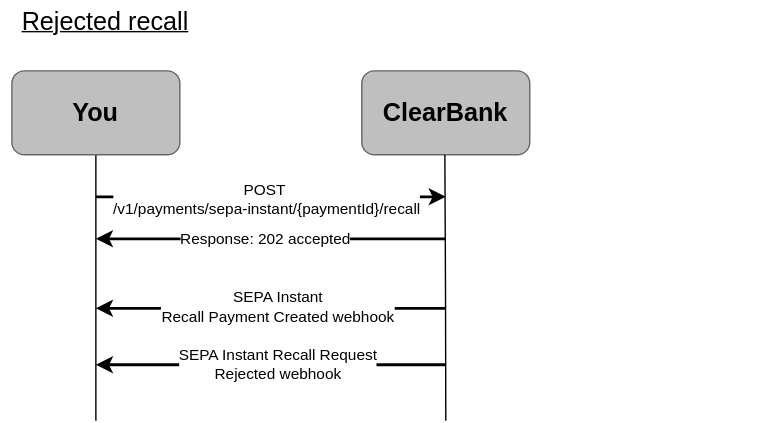
clearbank/clearbank.github.io keeps this draw.io diagram as static/assets/images/sepa-ict-rejected-recall.svg. Above is the earlier version. Source tidied: cells renumbered, new cells last; positions are measured from the earlier drawing's top-left corner, leaving out a move shared by most shapes.
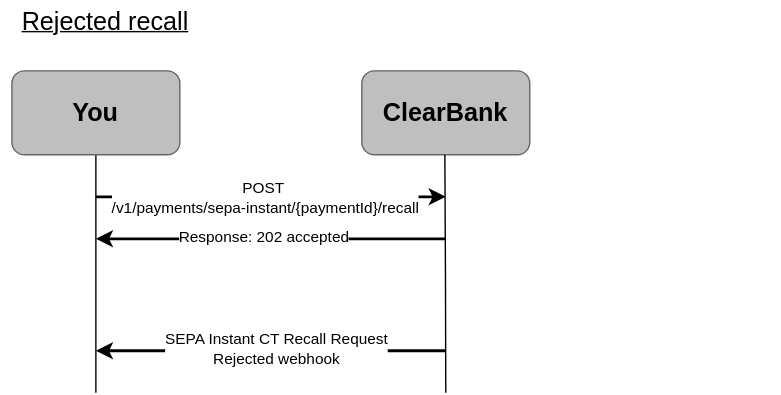
After the commit.

Commit message:
Update recall flow diagrams

The edit, as a diff of the source:
```diff
@@ -7,11 +7,11 @@
     </mxCell>
     <mxCell id="3" style="endArrow=classic;html=1;rounded=0;strokeWidth=2;fontFamily=Arial;" parent="1" edge="1">
       <mxGeometry relative="1" as="geometry">
-        <mxPoint x="318" y="260" as="sourcePoint" />
-        <mxPoint x="68" y="260" as="targetPoint" />
+        <mxPoint x="318" y="250" as="sourcePoint" />
+        <mxPoint x="68" y="250" as="targetPoint" />
       </mxGeometry>
     </mxCell>
-    <mxCell id="4" value="&lt;div&gt;SEPA Instant Recall Request&lt;/div&gt;&lt;div&gt;Rejected webhook&lt;/div&gt;" style="edgeLabel;html=1;align=center;verticalAlign=middle;fontFamily=Arial;" parent="3" vertex="1">
+    <mxCell id="4" value="&lt;div&gt;SEPA Instant CT Recall Request&lt;/div&gt;&lt;div&gt;Rejected webhook&lt;/div&gt;" style="edgeLabel;html=1;align=center;verticalAlign=middle;fontFamily=Arial;" parent="3" vertex="1">
       <mxGeometry x="0.09" y="-1" relative="1" as="geometry">
         <mxPoint x="15" as="offset" />
       </mxGeometry>
@@ -19,12 +19,12 @@
     <mxCell id="5" style="edgeStyle=orthogonalEdgeStyle;rounded=0;orthogonalLoop=1;jettySize=auto;html=1;endArrow=none;endFill=0;fontFamily=Arial;" parent="1" edge="1">
       <mxGeometry relative="1" as="geometry">
         <mxPoint x="317.3" y="110" as="sourcePoint" />
-        <mxPoint x="318" y="300" as="targetPoint" />
+        <mxPoint x="318" y="280" as="targetPoint" />
       </mxGeometry>
     </mxCell>
     <mxCell id="6" style="edgeStyle=orthogonalEdgeStyle;rounded=0;jettySize=auto;html=1;endArrow=none;endFill=0;fontFamily=Arial;" parent="1" edge="1" source="7">
       <mxGeometry relative="1" as="geometry">
-        <mxPoint x="68" y="300" as="targetPoint" />
+        <mxPoint x="68" y="280" as="targetPoint" />
       </mxGeometry>
     </mxCell>
     <mxCell id="7" value="You" style="rounded=1;whiteSpace=wrap;html=1;strokeColor=#666666;fillColor=#BFBFBF;gradientColor=none;fontFamily=Arial;fontStyle=1;fontSize=18;" parent="1" vertex="1">
@@ -55,17 +55,6 @@
         <mxPoint x="6" as="offset" />
       </mxGeometry>
     </mxCell>
-    <mxCell id="13" style="endArrow=classic;html=1;rounded=0;strokeWidth=2;fontFamily=Arial;" parent="1" edge="1">
-      <mxGeometry relative="1" as="geometry">
-        <mxPoint x="318" y="219.7" as="sourcePoint" />
-        <mxPoint x="68" y="219.7" as="targetPoint" />
-      </mxGeometry>
-    </mxCell>
-    <mxCell id="14" value="&lt;div&gt;SEPA Instant&lt;/div&gt;&lt;div&gt;Recall Payment Created webhook&lt;/div&gt;" style="edgeLabel;html=1;align=center;verticalAlign=middle;fontFamily=Arial;" parent="13" vertex="1">
-      <mxGeometry x="0.09" y="-1" relative="1" as="geometry">
-        <mxPoint x="15" as="offset" />
-      </mxGeometry>
-    </mxCell>
     <mxCell id="15" value="&lt;font style=&quot;font-size: 18px;&quot;&gt;&lt;u&gt;Rejected recall&lt;/u&gt;&lt;/font&gt;" style="text;html=1;align=center;verticalAlign=middle;whiteSpace=wrap;rounded=0;" parent="1" vertex="1">
       <mxGeometry width="150" height="30" as="geometry" />
     </mxCell>
```
